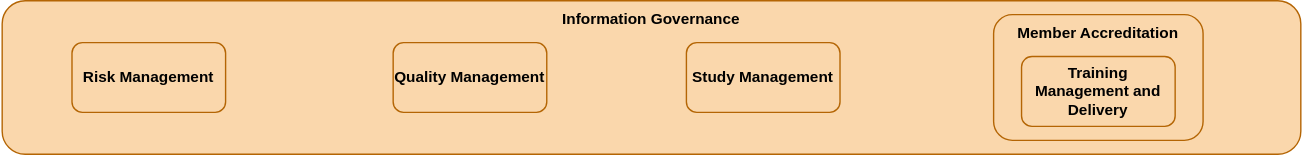
sa-tre/satre-specification keeps this draw.io diagram as docs/images/Capability_Map/information_governance.drawio.svg. Above is the earlier version. Source tidied: cells renumbered, new cells last; positions are measured from the earlier drawing's top-left corner, leaving out a move shared by most shapes.
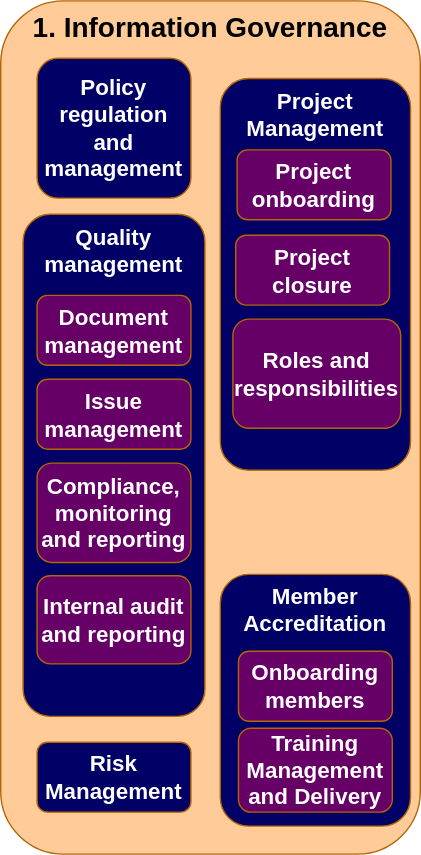
The same diagram one commit later.

Diff of the diagram source:
```diff
@@ -2,23 +2,50 @@
   <root>
     <mxCell id="0" />
     <mxCell id="1" parent="0" />
-    <mxCell id="2" value="Information Governance" style="rounded=1;whiteSpace=wrap;html=1;fillColor=#fad7ac;strokeColor=#b46504;verticalAlign=top;fontSize=11;fontStyle=1;" parent="1" vertex="1">
-      <mxGeometry width="930" height="110" as="geometry" />
-    </mxCell>
-    <mxCell id="3" value="Quality Management" style="rounded=1;whiteSpace=wrap;html=1;fillColor=#fad7ac;strokeColor=#b46504;fontSize=11;fontStyle=1;" parent="1" vertex="1">
-      <mxGeometry x="280" y="30" width="110" height="50" as="geometry" />
-    </mxCell>
+    <mxCell id="7" value="&lt;font style=&quot;font-size: 20px;&quot;&gt;1. Information Governance&lt;/font&gt;" style="rounded=1;whiteSpace=wrap;html=1;fillColor=#FFCC99;strokeColor=#b46504;verticalAlign=top;fontSize=20;fontStyle=1;" parent="1" vertex="1">
+      <mxGeometry y="129" width="300" height="610" as="geometry" />
+    </mxCell>
-    <mxCell id="4" value="Member Accreditation" style="rounded=1;whiteSpace=wrap;html=1;fillColor=#fad7ac;strokeColor=#b46504;verticalAlign=top;fontSize=11;fontStyle=1;" parent="1" vertex="1">
-      <mxGeometry x="710" y="10" width="150" height="90" as="geometry" />
+    <mxCell id="4" value="&lt;font style=&quot;font-size: 16px;&quot;&gt;Member Accreditation&lt;/font&gt;" style="rounded=1;whiteSpace=wrap;html=1;fillColor=#000066;strokeColor=#b46504;verticalAlign=top;fontSize=16;fontStyle=1;fontColor=#FFFFFF;" parent="1" vertex="1">
+      <mxGeometry x="157" y="539" width="136" height="180" as="geometry" />
     </mxCell>
-    <mxCell id="5" value="Study Management" style="rounded=1;whiteSpace=wrap;html=1;fillColor=#fad7ac;strokeColor=#b46504;fontSize=11;fontStyle=1;" parent="1" vertex="1">
-      <mxGeometry x="490" y="30" width="110" height="50" as="geometry" />
-    </mxCell>
-    <mxCell id="6" value="Risk Management" style="rounded=1;whiteSpace=wrap;html=1;fillColor=#fad7ac;strokeColor=#b46504;fontSize=11;fontStyle=1;" parent="1" vertex="1">
-      <mxGeometry x="50" y="30" width="110" height="50" as="geometry" />
+    <mxCell id="6" value="&lt;font style=&quot;font-size: 16px;&quot;&gt;Risk Management&lt;/font&gt;" style="rounded=1;whiteSpace=wrap;html=1;fillColor=#000066;strokeColor=#b46504;fontSize=16;fontStyle=1;fontColor=#FFFFFF;" parent="1" vertex="1">
+      <mxGeometry x="26" y="659" width="110" height="50" as="geometry" />
     </mxCell>
-    <mxCell id="7" value="Training Management and Delivery" style="rounded=1;whiteSpace=wrap;html=1;fillColor=#fad7ac;strokeColor=#b46504;fontSize=11;fontStyle=1;" parent="1" vertex="1">
-      <mxGeometry x="730" y="40" width="110" height="50" as="geometry" />
-    </mxCell>
+    <mxCell id="8" value="&lt;font style=&quot;font-size: 16px;&quot;&gt;Training Management and Delivery&lt;/font&gt;" style="rounded=1;whiteSpace=wrap;html=1;fillColor=#660066;strokeColor=#b46504;fontSize=16;fontStyle=1;fontColor=#FFFFFF;labelBorderColor=none;" parent="1" vertex="1">
+      <mxGeometry x="170" y="649" width="110" height="60" as="geometry" />
+    </mxCell>
+    <mxCell id="9" value="&lt;font style=&quot;font-size: 16px;&quot;&gt;Policy regulation and management&lt;/font&gt;" style="rounded=1;whiteSpace=wrap;html=1;fillColor=#000066;strokeColor=#b46504;fontSize=16;fontStyle=1;fontColor=#FFFFFF;" parent="1" vertex="1">
+      <mxGeometry x="26" y="170" width="110" height="100" as="geometry" />
+    </mxCell>
+    <mxCell id="10" value="&lt;font style=&quot;font-size: 16px;&quot;&gt;Quality management&lt;/font&gt;" style="rounded=1;whiteSpace=wrap;html=1;fillColor=#000066;strokeColor=#b46504;verticalAlign=top;fontSize=16;fontStyle=1;fontColor=#FFFFFF;" parent="1" vertex="1">
+      <mxGeometry x="16" y="281.5" width="130" height="359" as="geometry" />
+    </mxCell>
+    <mxCell id="11" value="&lt;font style=&quot;font-size: 16px;&quot;&gt;Document management&lt;/font&gt;" style="rounded=1;whiteSpace=wrap;html=1;fillColor=#660066;strokeColor=#b46504;fontSize=16;fontStyle=1;fontColor=#FFFFFF;labelBorderColor=none;" parent="1" vertex="1">
+      <mxGeometry x="26" y="339.5" width="110" height="50" as="geometry" />
+    </mxCell>
+    <mxCell id="12" value="&lt;font style=&quot;font-size: 16px;&quot;&gt;Issue management&lt;/font&gt;" style="rounded=1;whiteSpace=wrap;html=1;fillColor=#660066;strokeColor=#b46504;fontSize=16;fontStyle=1;fontColor=#FFFFFF;labelBorderColor=none;" parent="1" vertex="1">
+      <mxGeometry x="26" y="399.5" width="110" height="50" as="geometry" />
+    </mxCell>
+    <mxCell id="13" value="&lt;font style=&quot;font-size: 16px;&quot;&gt;Compliance, monitoring and reporting&lt;/font&gt;" style="rounded=1;whiteSpace=wrap;html=1;fillColor=#660066;strokeColor=#b46504;fontSize=16;fontStyle=1;fontColor=#FFFFFF;labelBorderColor=none;" parent="1" vertex="1">
+      <mxGeometry x="26" y="459.5" width="110" height="71" as="geometry" />
+    </mxCell>
+    <mxCell id="14" value="&lt;font style=&quot;font-size: 16px;&quot;&gt;Internal audit and reporting&lt;/font&gt;" style="rounded=1;whiteSpace=wrap;html=1;fillColor=#660066;strokeColor=#b46504;fontSize=16;fontStyle=1;fontColor=#FFFFFF;labelBorderColor=none;" parent="1" vertex="1">
+      <mxGeometry x="26" y="540" width="110" height="63" as="geometry" />
+    </mxCell>
+    <mxCell id="15" value="&lt;font style=&quot;font-size: 16px;&quot;&gt;Project Management&lt;/font&gt;" style="rounded=1;whiteSpace=wrap;html=1;fillColor=#000066;strokeColor=#b46504;verticalAlign=top;fontSize=16;fontStyle=1;fontColor=#FFFFFF;" parent="1" vertex="1">
+      <mxGeometry x="157" y="184.5" width="136" height="280" as="geometry" />
+    </mxCell>
+    <mxCell id="16" value="&lt;font style=&quot;font-size: 16px;&quot;&gt;Project onboarding&lt;/font&gt;" style="rounded=1;whiteSpace=wrap;html=1;fillColor=#660066;strokeColor=#b46504;fontSize=16;fontStyle=1;fontColor=#FFFFFF;labelBorderColor=none;" parent="1" vertex="1">
+      <mxGeometry x="169" y="235.5" width="110" height="50" as="geometry" />
+    </mxCell>
+    <mxCell id="17" value="&lt;font style=&quot;font-size: 16px;&quot;&gt;Project closure&lt;/font&gt;" style="rounded=1;whiteSpace=wrap;html=1;fillColor=#660066;strokeColor=#b46504;fontSize=16;fontStyle=1;fontColor=#FFFFFF;labelBorderColor=none;" parent="1" vertex="1">
+      <mxGeometry x="168" y="296.5" width="110" height="50" as="geometry" />
+    </mxCell>
+    <mxCell id="18" value="&lt;font style=&quot;font-size: 16px;&quot;&gt;Roles and responsibilities&lt;/font&gt;" style="rounded=1;whiteSpace=wrap;html=1;fillColor=#660066;strokeColor=#b46504;fontSize=16;fontStyle=1;fontColor=#FFFFFF;labelBorderColor=none;" parent="1" vertex="1">
+      <mxGeometry x="166" y="356.5" width="120" height="78" as="geometry" />
+    </mxCell>
+    <mxCell id="19" value="&lt;font style=&quot;font-size: 16px;&quot;&gt;Onboarding members&lt;/font&gt;" style="rounded=1;whiteSpace=wrap;html=1;fillColor=#660066;strokeColor=#b46504;fontSize=16;fontStyle=1;fontColor=#FFFFFF;labelBorderColor=none;" parent="1" vertex="1">
+      <mxGeometry x="170" y="594" width="110" height="50" as="geometry" />
+    </mxCell>
   </root>
 </mxGraphModel>
```
